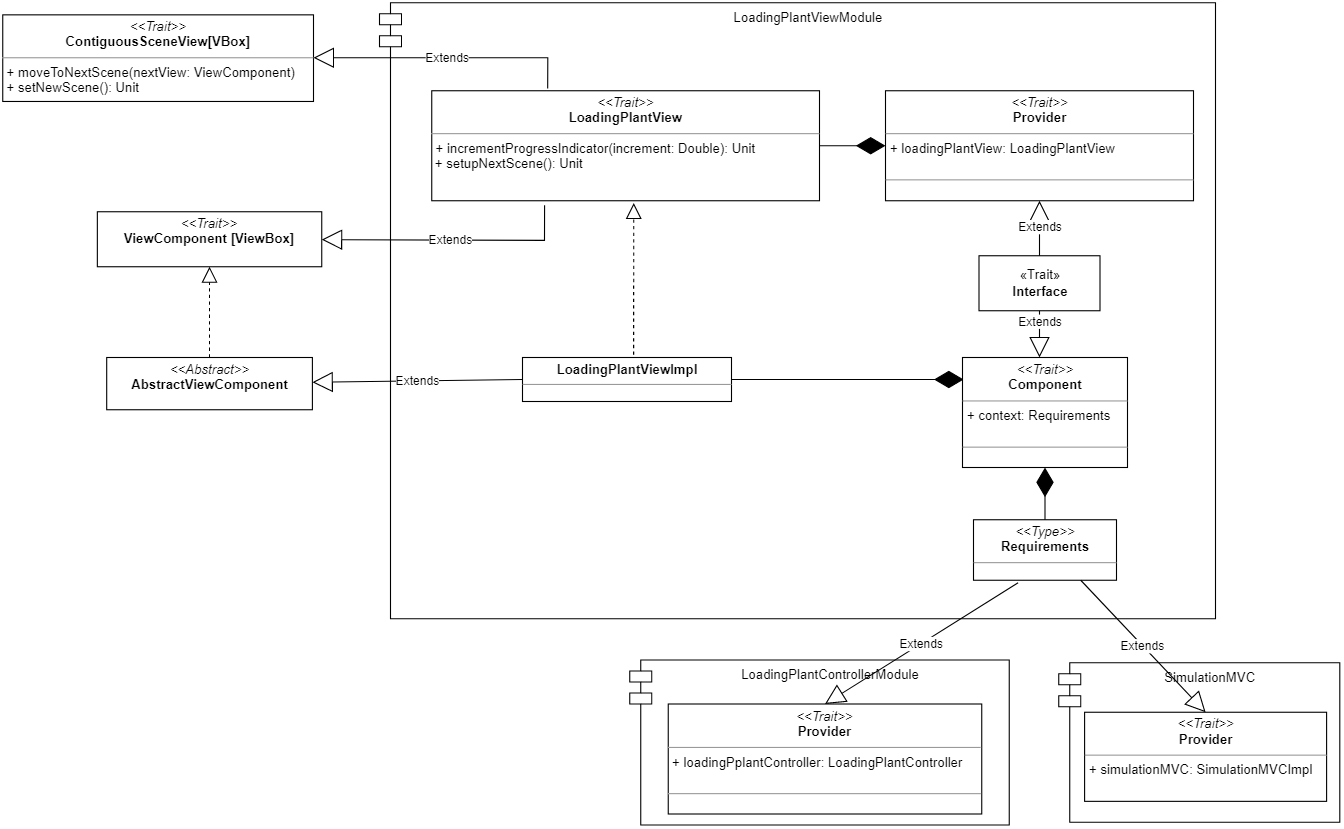
This is docs/img/loading_plant_view.png from AnnaVitali/PPS-22-smartgh, a draw.io export, as it was before one commit. Source tidied: cells renumbered, new cells last; positions are measured from the earlier drawing's top-left corner, leaving out a move shared by most shapes.
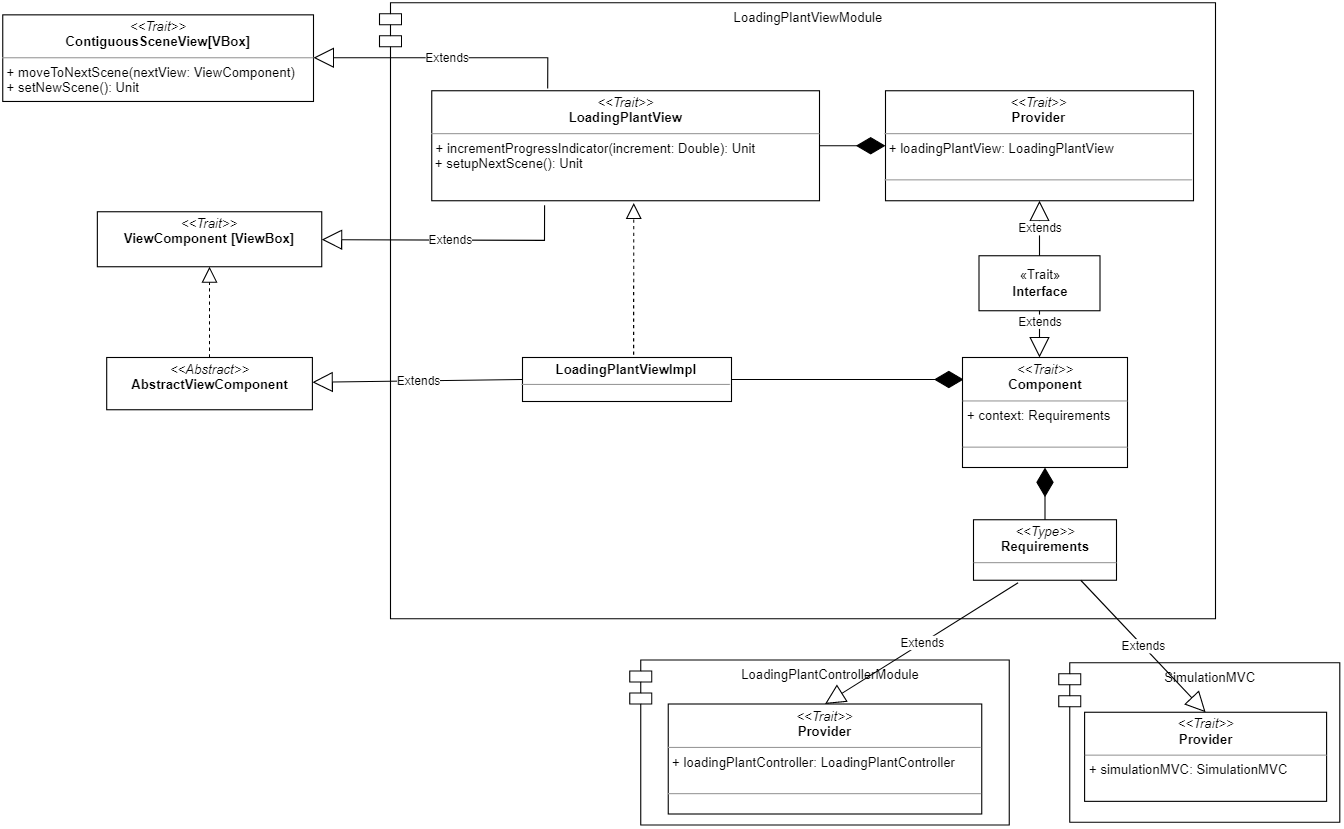
After the change.

Diff of the diagram source:
```diff
@@ -40,7 +40,7 @@
     <mxCell id="13" value="&lt;p style=&quot;margin:0px;margin-top:4px;text-align:center;&quot;&gt;&lt;i&gt;&amp;lt;&amp;lt;Trait&amp;gt;&amp;gt;&lt;/i&gt;&lt;br&gt;&lt;b&gt;Component&lt;/b&gt;&lt;br&gt;&lt;/p&gt;&lt;hr size=&quot;1&quot;&gt;&lt;p style=&quot;margin:0px;margin-left:4px;&quot;&gt;+ context: Requirements&lt;br&gt;&lt;br&gt;&lt;/p&gt;&lt;hr size=&quot;1&quot;&gt;" style="verticalAlign=top;align=left;overflow=fill;fontSize=12;fontFamily=Helvetica;html=1;fillColor=default;" parent="1" vertex="1">
       <mxGeometry x="872.5" y="322.5" width="150" height="100" as="geometry" />
     </mxCell>
-    <mxCell id="14" value="&lt;p style=&quot;margin:0px;margin-top:4px;text-align:center;&quot;&gt;&lt;i&gt;&amp;lt;&amp;lt;Trait&amp;gt;&amp;gt;&lt;/i&gt;&lt;br&gt;&lt;b&gt;Provider&lt;/b&gt;&lt;br&gt;&lt;/p&gt;&lt;hr size=&quot;1&quot;&gt;&lt;p style=&quot;margin:0px;margin-left:4px;&quot;&gt;+ loadingPplantController: LoadingPlantController&lt;br&gt;&lt;br&gt;&lt;/p&gt;&lt;hr size=&quot;1&quot;&gt;" style="verticalAlign=top;align=left;overflow=fill;fontSize=12;fontFamily=Helvetica;html=1;fillColor=default;" parent="1" vertex="1">
+    <mxCell id="14" value="&lt;p style=&quot;margin:0px;margin-top:4px;text-align:center;&quot;&gt;&lt;i&gt;&amp;lt;&amp;lt;Trait&amp;gt;&amp;gt;&lt;/i&gt;&lt;br&gt;&lt;b&gt;Provider&lt;/b&gt;&lt;br&gt;&lt;/p&gt;&lt;hr size=&quot;1&quot;&gt;&lt;p style=&quot;margin:0px;margin-left:4px;&quot;&gt;+ loadingPlantController: LoadingPlantController&lt;br&gt;&lt;br&gt;&lt;/p&gt;&lt;hr size=&quot;1&quot;&gt;" style="verticalAlign=top;align=left;overflow=fill;fontSize=12;fontFamily=Helvetica;html=1;fillColor=default;" parent="1" vertex="1">
       <mxGeometry x="605" y="637.5" width="285" height="100" as="geometry" />
     </mxCell>
     <mxCell id="15" style="endArrow=diamondThin;endFill=1;endSize=24;html=1;rounded=0;exitX=0.5;exitY=0;exitDx=0;exitDy=0;" parent="1" edge="1" source="12" target="13">
@@ -78,7 +78,7 @@
     <mxCell id="22" value="SimulationMVC" style="shape=module;align=left;spacingLeft=20;align=center;verticalAlign=top;fillColor=none;" parent="1" vertex="1">
       <mxGeometry x="960" y="600" width="255.5" height="145" as="geometry" />
     </mxCell>
-    <mxCell id="23" value="&lt;p style=&quot;margin:0px;margin-top:4px;text-align:center;&quot;&gt;&lt;i&gt;&amp;lt;&amp;lt;Trait&amp;gt;&amp;gt;&lt;/i&gt;&lt;br&gt;&lt;b&gt;Provider&lt;/b&gt;&lt;br&gt;&lt;/p&gt;&lt;hr size=&quot;1&quot;&gt;&lt;p style=&quot;margin:0px;margin-left:4px;&quot;&gt;+ simulationMVC: SimulationMVCImpl&lt;br&gt;&lt;/p&gt;" style="verticalAlign=top;align=left;overflow=fill;fontSize=12;fontFamily=Helvetica;html=1;fillColor=default;" parent="1" vertex="1">
+    <mxCell id="23" value="&lt;p style=&quot;margin:0px;margin-top:4px;text-align:center;&quot;&gt;&lt;i&gt;&amp;lt;&amp;lt;Trait&amp;gt;&amp;gt;&lt;/i&gt;&lt;br&gt;&lt;b&gt;Provider&lt;/b&gt;&lt;br&gt;&lt;/p&gt;&lt;hr size=&quot;1&quot;&gt;&lt;p style=&quot;margin:0px;margin-left:4px;&quot;&gt;+ simulationMVC: SimulationMVC&lt;br&gt;&lt;/p&gt;" style="verticalAlign=top;align=left;overflow=fill;fontSize=12;fontFamily=Helvetica;html=1;fillColor=default;" parent="1" vertex="1">
       <mxGeometry x="983.5" y="645" width="220" height="81" as="geometry" />
     </mxCell>
     <mxCell id="24" value="Extends" style="endArrow=block;endSize=16;endFill=0;html=1;rounded=0;entryX=0.5;entryY=0;entryDx=0;entryDy=0;exitX=0.75;exitY=1;exitDx=0;exitDy=0;" parent="1" edge="1" source="12" target="23">
```
